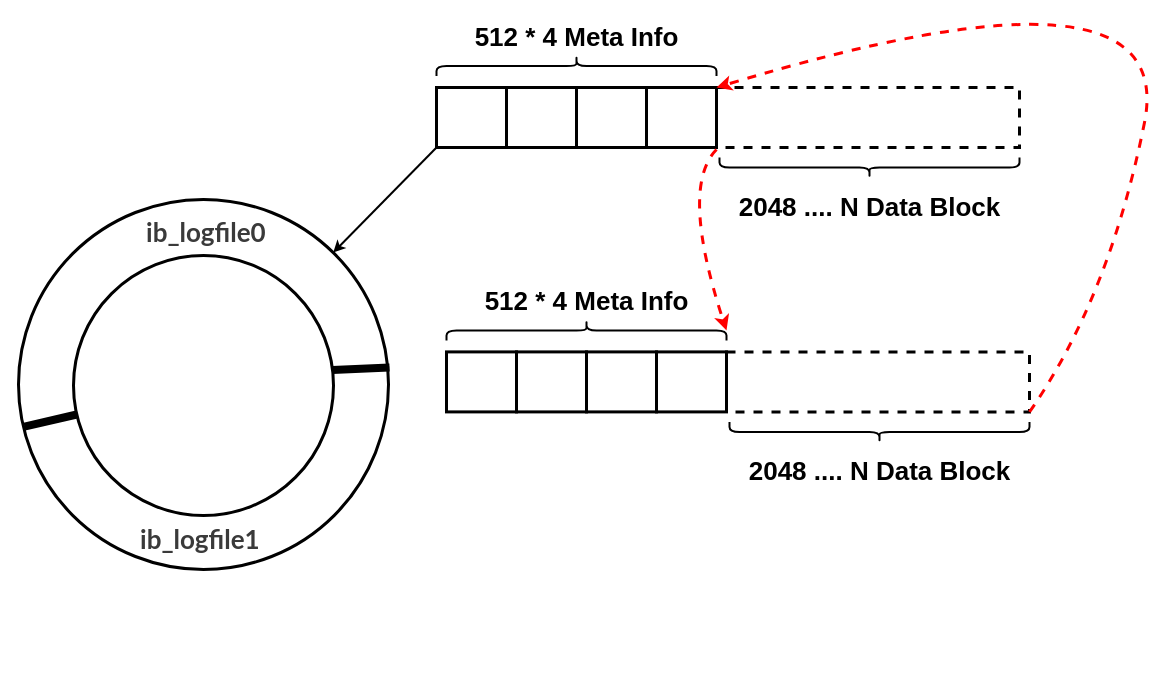
Earlier version of the draw.io diagram ib-logfile-ring.drawio (auula/draw.io). Source tidied: cells renumbered, new cells numbered last; positions are measured from the earlier drawing's top-left corner, leaving out a move shared by most shapes. Both pictures are drawn from the tidied source at 100%, with x=0, y=0 at pixel (18, -74).
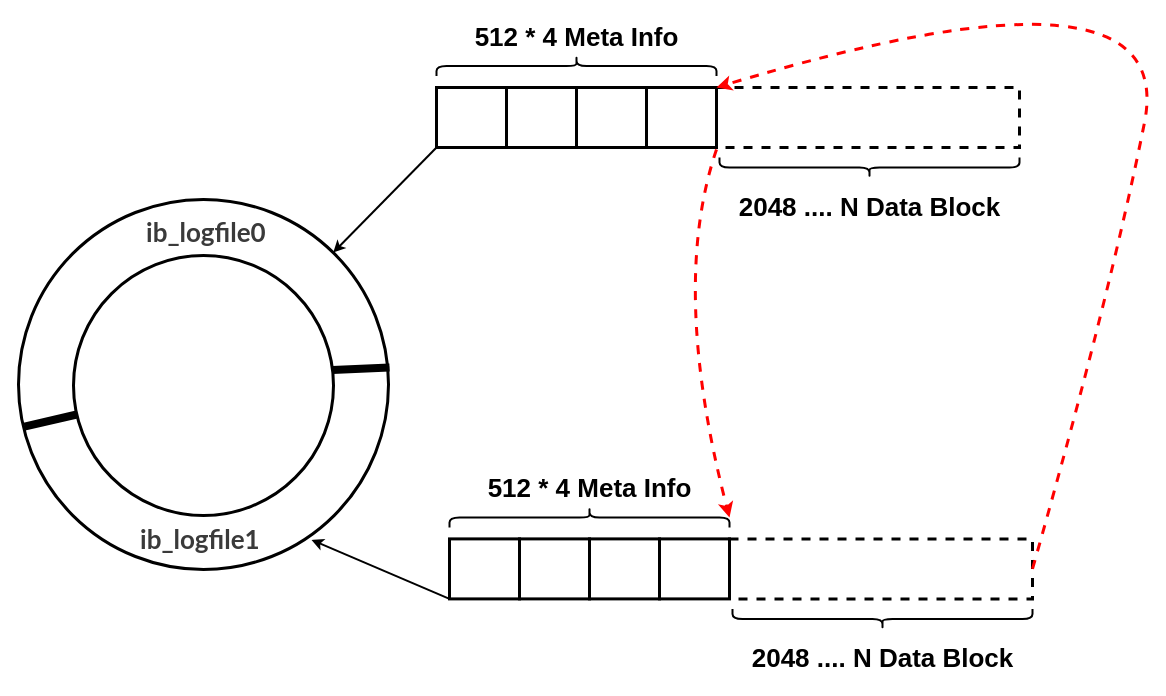
The same diagram, later.

The change refers to these unchanged cells:
```xml
<mxCell id="2" style="ellipse;whiteSpace=wrap;html=1;strokeWidth=3;" parent="1" vertex="1">
  <mxGeometry y="273" width="370" height="370" as="geometry" />
</mxCell>
<mxCell id="13" style="rounded=0;whiteSpace=wrap;html=1;dashed=1;strokeWidth=3;fontSize=26;fillColor=none;" parent="1" vertex="1">
  <mxGeometry x="698" y="161" width="303" height="60" as="geometry" />
</mxCell>
```

Diff of the diagram source:
```diff
@@
-    <mxCell id="3" style="ellipse;whiteSpace=wrap;html=1;strokeWidth=3;fillColor=none;" parent="1" vertex="1">
+    <mxCell id="3" style="ellipse;whiteSpace=wrap;html=1;strokeWidth=3;fillColor=default;strokeColor=default;shadow=0;" parent="1" vertex="1">
       <mxGeometry x="55" y="329" width="260" height="260" as="geometry" />
     </mxCell>
@@
     <mxCell id="18" style="rounded=0;whiteSpace=wrap;html=1;strokeWidth=3;fontSize=26;" parent="1" vertex="1">
-      <mxGeometry x="498" y="425.4" width="70" height="60" as="geometry" />
+      <mxGeometry x="501" y="612.4" width="70" height="60" as="geometry" />
     </mxCell>
     <mxCell id="19" style="rounded=0;whiteSpace=wrap;html=1;strokeWidth=3;fontSize=26;" parent="1" vertex="1">
-      <mxGeometry x="568" y="425.4" width="70" height="60" as="geometry" />
+      <mxGeometry x="571" y="612.4" width="70" height="60" as="geometry" />
     </mxCell>
     <mxCell id="20" style="rounded=0;whiteSpace=wrap;html=1;strokeWidth=3;fontSize=26;" parent="1" vertex="1">
-      <mxGeometry x="638" y="425.4" width="70" height="60" as="geometry" />
+      <mxGeometry x="641" y="612.4" width="70" height="60" as="geometry" />
     </mxCell>
+    <mxCell id="29" style="edgeStyle=none;rounded=0;jettySize=auto;html=1;entryX=0.792;entryY=0.92;entryDx=0;entryDy=0;entryPerimeter=0;strokeColor=#000000;strokeWidth=2;fontSize=26;exitX=0;exitY=1;exitDx=0;exitDy=0;" parent="1" edge="1" source="21" target="2">
+      <mxGeometry relative="1" as="geometry" />
+    </mxCell>
     <mxCell id="21" style="rounded=0;whiteSpace=wrap;html=1;strokeWidth=3;fontSize=26;" parent="1" vertex="1">
-      <mxGeometry x="428" y="425.4" width="70" height="60" as="geometry" />
+      <mxGeometry x="431" y="612.4" width="70" height="60" as="geometry" />
     </mxCell>
     <mxCell id="22" style="rounded=0;whiteSpace=wrap;html=1;dashed=1;strokeWidth=3;fontSize=26;fillColor=none;" parent="1" vertex="1">
-      <mxGeometry x="708" y="425.4" width="303" height="60" as="geometry" />
+      <mxGeometry x="711" y="612.4" width="303" height="60" as="geometry" />
     </mxCell>
     <mxCell id="23" style="shape=curlyBracket;whiteSpace=wrap;html=1;rounded=1;labelPosition=left;verticalLabelPosition=middle;align=right;verticalAlign=middle;strokeWidth=2;fontSize=26;fillColor=none;rotation=90;" parent="1" vertex="1">
-      <mxGeometry x="558" y="264" width="20" height="280" as="geometry" />
+      <mxGeometry x="561" y="451" width="20" height="280" as="geometry" />
     </mxCell>
     <mxCell id="24" value="&lt;b&gt;512 * 4 Meta Info&lt;/b&gt;" style="text;html=1;align=center;verticalAlign=middle;strokeColor=none;fillColor=none;fontSize=26;" parent="1" vertex="1">
-      <mxGeometry x="453" y="355.4" width="230" height="40" as="geometry" />
+      <mxGeometry x="456" y="542.4" width="230" height="40" as="geometry" />
     </mxCell>
     <mxCell id="25" style="shape=curlyBracket;whiteSpace=wrap;html=1;rounded=1;labelPosition=left;verticalLabelPosition=middle;align=right;verticalAlign=middle;strokeWidth=2;fontSize=26;fillColor=none;rotation=-90;" parent="1" vertex="1">
-      <mxGeometry x="851" y="355.4" width="20" height="300" as="geometry" />
+      <mxGeometry x="854" y="542.4" width="20" height="300" as="geometry" />
     </mxCell>
     <mxCell id="26" value="&lt;b&gt;2048 .... N Data Block&lt;/b&gt;" style="text;html=1;align=center;verticalAlign=middle;strokeColor=none;fillColor=none;fontSize=26;" parent="1" vertex="1">
-      <mxGeometry x="716" y="525.4" width="290" height="40" as="geometry" />
+      <mxGeometry x="719" y="712.4" width="290" height="40" as="geometry" />
     </mxCell>
     <mxCell id="27" style="curved=1;endArrow=classic;html=1;rounded=0;strokeWidth=3;fontSize=26;entryX=0.5;entryY=0;entryDx=0;entryDy=0;strokeColor=#FF0000;dashed=1;" parent="1" edge="1" target="23">
       <mxGeometry relative="1" as="geometry">
         <mxPoint x="698" y="223" as="sourcePoint" />
         <Array as="points">
-          <mxPoint x="661" y="261" />
+          <mxPoint x="651" y="361" />
         </Array>
       </mxGeometry>
     </mxCell>
-    <mxCell id="28" style="curved=1;endArrow=classic;html=1;rounded=0;strokeColor=#FF0000;strokeWidth=3;fontSize=26;entryX=0;entryY=0;entryDx=0;entryDy=0;exitX=1;exitY=1;exitDx=0;exitDy=0;dashed=1;" parent="1" edge="1" source="22" target="13">
+    <mxCell id="28" style="curved=1;endArrow=classic;html=1;rounded=0;strokeColor=#FF0000;strokeWidth=3;fontSize=26;entryX=0;entryY=0;entryDx=0;entryDy=0;dashed=1;exitX=1;exitY=0.5;exitDx=0;exitDy=0;" parent="1" edge="1" source="22" target="13">
       <mxGeometry relative="1" as="geometry">
         <Array as="points">
           <mxPoint x="1091" y="371" />
           <mxPoint x="1161" y="21" />
         </Array>
       </mxGeometry>
     </mxCell>
```
